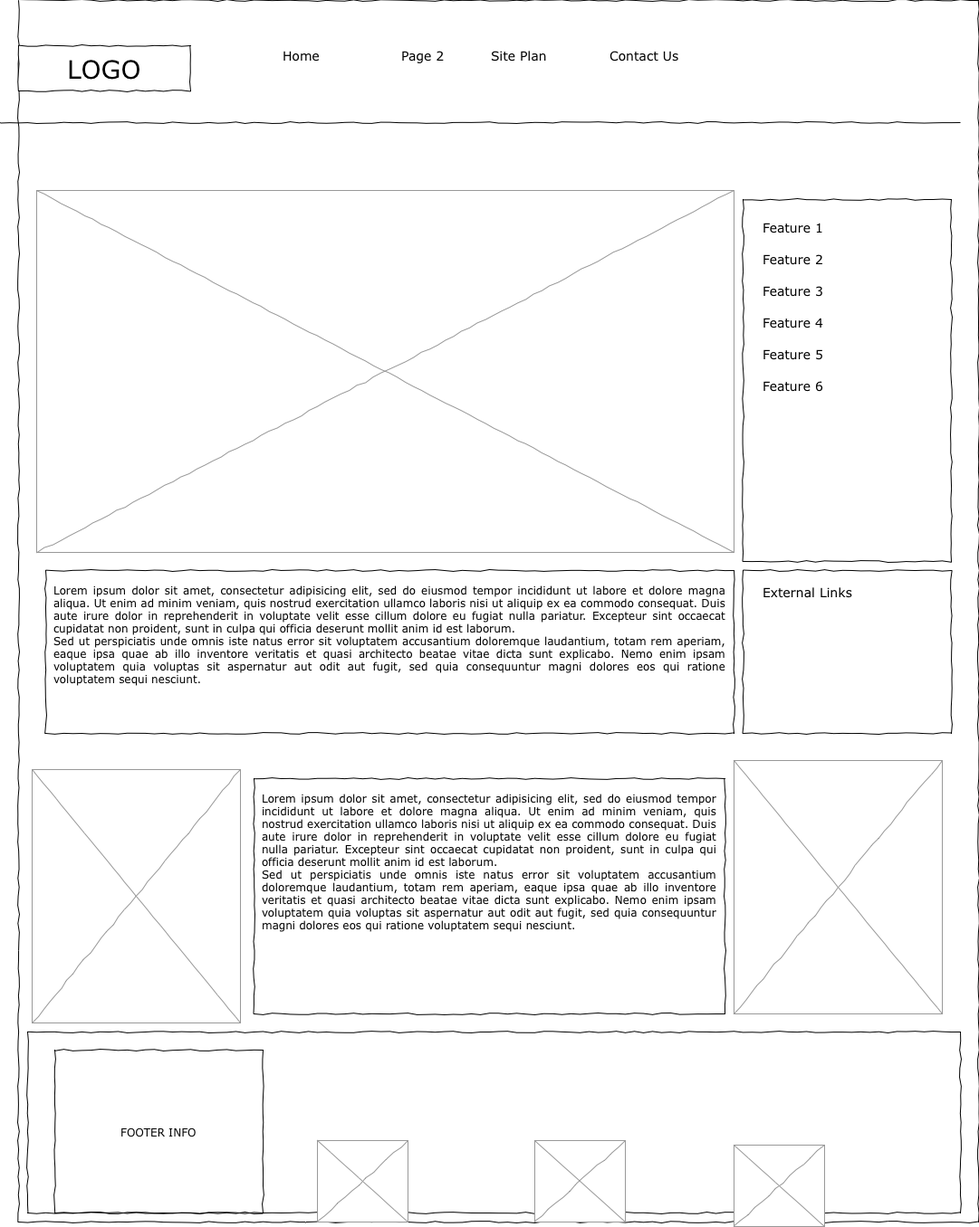
MrSavvy1/wdd130 keeps this draw.io diagram as wwr/images/Wireframe.png. Above is the earlier version. Source tidied: cells renumbered, new cells last; positions are measured from the earlier drawing's top-left corner, leaving out a move shared by most shapes.
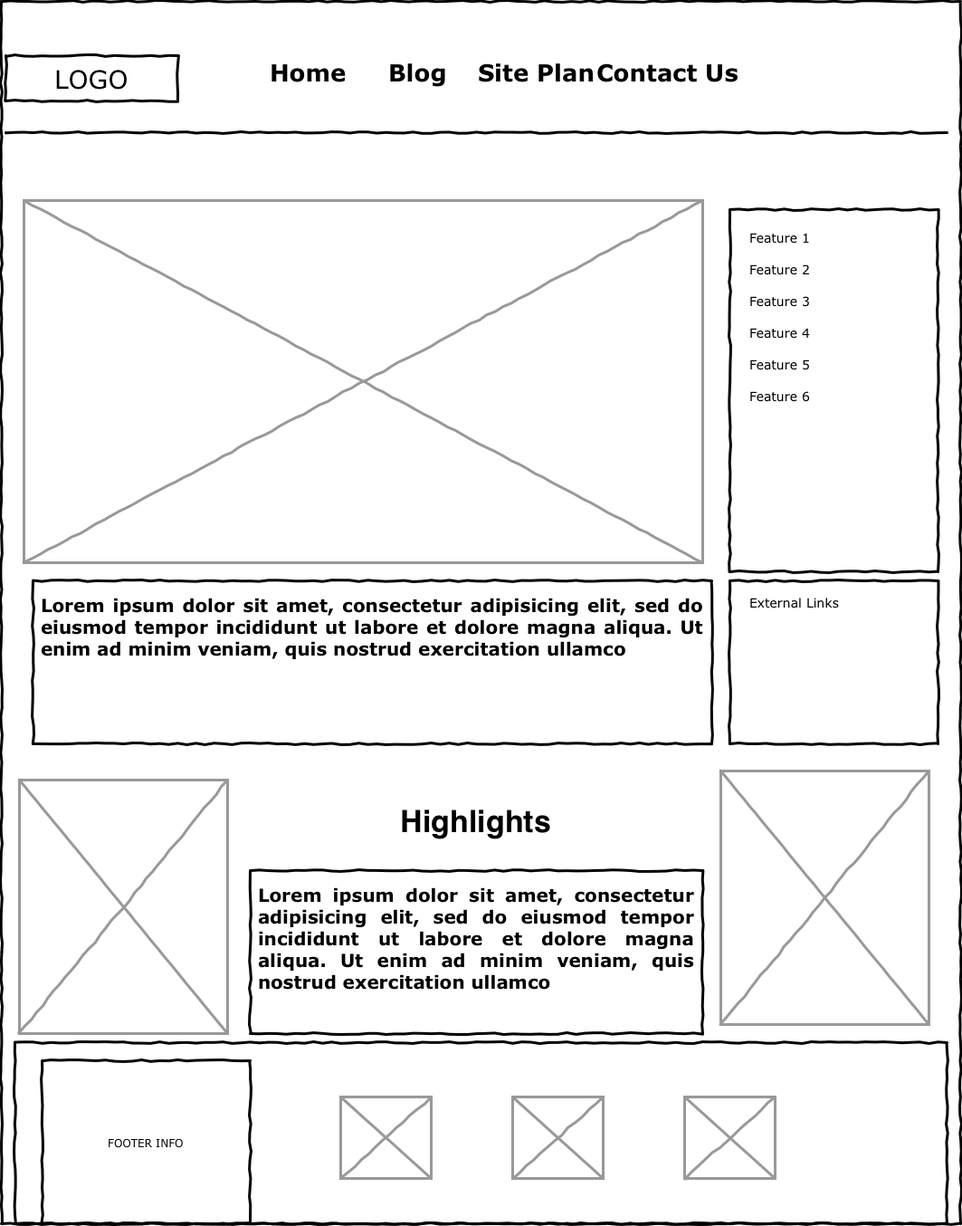
Later version of the same file.

The edit, as a diff of the source:
```diff
@@ -2,89 +2,92 @@
   <root>
     <mxCell id="0" />
     <mxCell id="1" parent="0" />
-    <mxCell id="2" style="whiteSpace=wrap;html=1;rounded=0;shadow=0;labelBackgroundColor=none;strokeColor=#000000;strokeWidth=1;fillColor=none;fontFamily=Verdana;fontSize=12;fontColor=#000000;align=center;comic=1;" parent="1" vertex="1">
-      <mxGeometry x="20" width="1060" height="1350" as="geometry" />
+    <mxCell id="2" style="whiteSpace=wrap;html=1;rounded=0;shadow=0;labelBackgroundColor=none;strokeColor=#000000;strokeWidth=3;fillColor=none;fontFamily=Verdana;fontSize=12;fontColor=#000000;align=center;comic=1;" parent="1" vertex="1">
+      <mxGeometry x="15" y="-10" width="1060" height="1350" as="geometry" />
     </mxCell>
-    <mxCell id="3" value="LOGO" style="whiteSpace=wrap;html=1;rounded=0;shadow=0;labelBackgroundColor=none;strokeWidth=1;fontFamily=Verdana;fontSize=28;align=center;comic=1;" parent="1" vertex="1">
+    <mxCell id="3" value="LOGO" style="whiteSpace=wrap;html=1;rounded=0;shadow=0;labelBackgroundColor=none;strokeWidth=3;fontFamily=Verdana;fontSize=28;align=center;comic=1;" parent="1" vertex="1">
       <mxGeometry x="20" y="50" width="190" height="50" as="geometry" />
     </mxCell>
-    <mxCell id="4" style="line;strokeWidth=1;html=1;rounded=0;shadow=0;labelBackgroundColor=none;fillColor=none;fontFamily=Verdana;fontSize=14;fontColor=#000000;align=center;comic=1;" parent="1" vertex="1">
-      <mxGeometry y="130" width="1060" height="10" as="geometry" />
+    <mxCell id="4" style="line;strokeWidth=3;html=1;rounded=0;shadow=0;labelBackgroundColor=none;fillColor=none;fontFamily=Verdana;fontSize=14;fontColor=#000000;align=center;comic=1;" parent="1" vertex="1">
+      <mxGeometry x="20" y="130" width="1040" height="10" as="geometry" />
     </mxCell>
-    <mxCell id="5" value="&lt;div style=&quot;text-align: justify&quot;&gt;&lt;span&gt;Lorem ipsum dolor sit amet, consectetur adipisicing elit, sed do eiusmod tempor incididunt ut labore et dolore magna aliqua. Ut enim ad minim veniam, quis nostrud exercitation ullamco laboris nisi ut aliquip ex ea commodo consequat. Duis aute irure dolor in reprehenderit in voluptate velit esse cillum dolore eu fugiat nulla pariatur. Excepteur sint occaecat cupidatat non proident, sunt in culpa qui officia deserunt mollit anim id est laborum.&lt;/span&gt;&lt;/div&gt;&lt;div style=&quot;text-align: justify&quot;&gt;&lt;span&gt;Sed ut perspiciatis unde omnis iste natus error sit voluptatem accusantium doloremque laudantium, totam rem aperiam, eaque ipsa quae ab illo inventore veritatis et quasi architecto beatae vitae dicta sunt explicabo. Nemo enim ipsam voluptatem quia voluptas sit aspernatur aut odit aut fugit, sed quia consequuntur magni dolores eos qui ratione voluptatem sequi nesciunt.&amp;nbsp;&lt;/span&gt;&lt;/div&gt;" style="whiteSpace=wrap;html=1;rounded=0;shadow=0;labelBackgroundColor=none;strokeWidth=1;fillColor=none;fontFamily=Verdana;fontSize=12;align=center;verticalAlign=top;spacing=10;comic=1;" parent="1" vertex="1">
-      <mxGeometry x="50" y="630" width="760" height="180" as="geometry" />
+    <mxCell id="5" value="&lt;div style=&quot;text-align: justify; font-size: 20px;&quot;&gt;&lt;b&gt;Lorem ipsum dolor sit amet, consectetur adipisicing elit, sed do eiusmod tempor incididunt ut labore et dolore magna aliqua. Ut enim ad minim veniam, quis nostrud exercitation ullamco&lt;/b&gt;&lt;br&gt;&lt;/div&gt;" style="whiteSpace=wrap;html=1;rounded=0;shadow=0;labelBackgroundColor=none;strokeWidth=3;fillColor=none;fontFamily=Verdana;fontSize=12;align=center;verticalAlign=top;spacing=10;comic=1;" parent="1" vertex="1">
+      <mxGeometry x="50" y="630" width="750" height="180" as="geometry" />
     </mxCell>
-    <mxCell id="6" style="verticalLabelPosition=bottom;shadow=0;dashed=0;align=center;html=1;verticalAlign=top;strokeWidth=1;shape=mxgraph.mockup.graphics.simpleIcon;strokeColor=#999999;rounded=0;labelBackgroundColor=none;fontFamily=Verdana;fontSize=14;fontColor=#000000;comic=1;" parent="1" vertex="1">
-      <mxGeometry x="40" y="210" width="770" height="400" as="geometry" />
+    <mxCell id="6" style="verticalLabelPosition=bottom;shadow=0;dashed=0;align=center;html=1;verticalAlign=top;strokeWidth=3;shape=mxgraph.mockup.graphics.simpleIcon;strokeColor=#999999;rounded=0;labelBackgroundColor=none;fontFamily=Verdana;fontSize=14;fontColor=#000000;comic=1;" parent="1" vertex="1">
+      <mxGeometry x="40" y="210" width="750" height="400" as="geometry" />
     </mxCell>
-    <mxCell id="7" style="whiteSpace=wrap;html=1;rounded=0;shadow=0;labelBackgroundColor=none;strokeWidth=1;fillColor=none;fontFamily=Verdana;fontSize=12;align=center;comic=1;" parent="1" vertex="1">
+    <mxCell id="7" style="whiteSpace=wrap;html=1;rounded=0;shadow=0;labelBackgroundColor=none;strokeWidth=3;fillColor=none;fontFamily=Verdana;fontSize=12;align=center;comic=1;" parent="1" vertex="1">
       <mxGeometry x="820" y="220" width="230" height="400" as="geometry" />
     </mxCell>
-    <mxCell id="8" style="whiteSpace=wrap;html=1;rounded=0;shadow=0;labelBackgroundColor=none;strokeWidth=1;fillColor=none;fontFamily=Verdana;fontSize=12;align=center;comic=1;" parent="1" vertex="1">
+    <mxCell id="8" style="whiteSpace=wrap;html=1;rounded=0;shadow=0;labelBackgroundColor=none;strokeWidth=3;fillColor=none;fontFamily=Verdana;fontSize=12;align=center;comic=1;" parent="1" vertex="1">
       <mxGeometry x="820" y="630" width="230" height="180" as="geometry" />
     </mxCell>
-    <mxCell id="9" value="External Links" style="text;html=1;align=left;verticalAlign=top;spacingTop=-4;fontSize=14;fontFamily=Verdana;" parent="1" vertex="1">
+    <mxCell id="9" value="External Links" style="text;html=1;align=left;verticalAlign=top;spacingTop=-4;fontSize=14;fontFamily=Verdana;strokeWidth=3;" parent="1" vertex="1">
       <mxGeometry x="840" y="643" width="170" height="20" as="geometry" />
     </mxCell>
-    <mxCell id="10" value="Feature 1" style="text;html=1;align=left;verticalAlign=top;spacingTop=-4;fontSize=14;fontFamily=Verdana;" parent="1" vertex="1">
+    <mxCell id="10" value="Feature 1" style="text;html=1;align=left;verticalAlign=top;spacingTop=-4;fontSize=14;fontFamily=Verdana;strokeWidth=3;" parent="1" vertex="1">
       <mxGeometry x="840" y="240" width="170" height="20" as="geometry" />
     </mxCell>
-    <mxCell id="11" value="Feature 2" style="text;html=1;align=left;verticalAlign=top;spacingTop=-4;fontSize=14;fontFamily=Verdana;" parent="1" vertex="1">
+    <mxCell id="11" value="Feature 2" style="text;html=1;align=left;verticalAlign=top;spacingTop=-4;fontSize=14;fontFamily=Verdana;strokeWidth=3;" parent="1" vertex="1">
       <mxGeometry x="840" y="275" width="170" height="20" as="geometry" />
     </mxCell>
-    <mxCell id="12" value="Feature 3" style="text;html=1;align=left;verticalAlign=top;spacingTop=-4;fontSize=14;fontFamily=Verdana;" parent="1" vertex="1">
+    <mxCell id="12" value="Feature 3" style="text;html=1;align=left;verticalAlign=top;spacingTop=-4;fontSize=14;fontFamily=Verdana;strokeWidth=3;" parent="1" vertex="1">
       <mxGeometry x="840" y="310" width="170" height="20" as="geometry" />
     </mxCell>
-    <mxCell id="13" value="Feature 4" style="text;html=1;align=left;verticalAlign=top;spacingTop=-4;fontSize=14;fontFamily=Verdana;" parent="1" vertex="1">
+    <mxCell id="13" value="Feature 4" style="text;html=1;align=left;verticalAlign=top;spacingTop=-4;fontSize=14;fontFamily=Verdana;strokeWidth=3;" parent="1" vertex="1">
       <mxGeometry x="840" y="345" width="170" height="20" as="geometry" />
     </mxCell>
-    <mxCell id="14" value="Feature 5" style="text;html=1;align=left;verticalAlign=top;spacingTop=-4;fontSize=14;fontFamily=Verdana;" parent="1" vertex="1">
+    <mxCell id="14" value="Feature 5" style="text;html=1;align=left;verticalAlign=top;spacingTop=-4;fontSize=14;fontFamily=Verdana;strokeWidth=3;" parent="1" vertex="1">
       <mxGeometry x="840" y="380" width="170" height="20" as="geometry" />
     </mxCell>
-    <mxCell id="15" value="Feature 6" style="text;html=1;align=left;verticalAlign=top;spacingTop=-4;fontSize=14;fontFamily=Verdana;" parent="1" vertex="1">
+    <mxCell id="15" value="Feature 6" style="text;html=1;align=left;verticalAlign=top;spacingTop=-4;fontSize=14;fontFamily=Verdana;strokeWidth=3;" parent="1" vertex="1">
       <mxGeometry x="840" y="415" width="170" height="20" as="geometry" />
     </mxCell>
-    <mxCell id="16" style="group;" parent="1" vertex="1">
+    <mxCell id="16" style="group;fontSize=26;fontStyle=1;strokeWidth=3;" parent="1" vertex="1">
       <mxGeometry x="310" y="50" width="460" height="50" as="geometry" />
     </mxCell>
-    <mxCell id="17" value="Contact Us" style="text;html=1;align=left;verticalAlign=top;spacingTop=-4;fontSize=14;fontFamily=Verdana;rotation=0;" parent="16" vertex="1">
+    <mxCell id="17" value="Contact Us" style="text;html=1;align=left;verticalAlign=top;spacingTop=-4;fontSize=26;fontFamily=Verdana;rotation=0;fontStyle=1;strokeWidth=3;" parent="16" vertex="1">
       <mxGeometry x="361.4" width="98.6" height="50" as="geometry" />
     </mxCell>
-    <mxCell id="18" style="group;" parent="16" vertex="1">
+    <mxCell id="18" style="group;fontSize=26;fontStyle=1;strokeWidth=3;" parent="16" vertex="1">
       <mxGeometry width="345" height="20" as="geometry" />
     </mxCell>
-    <mxCell id="19" value="Home" style="text;html=1;align=left;verticalAlign=top;spacingTop=-4;fontSize=14;fontFamily=Verdana;" parent="18" vertex="1">
+    <mxCell id="19" value="Home" style="text;html=1;align=left;verticalAlign=top;spacingTop=-4;fontSize=26;fontFamily=Verdana;fontStyle=1;strokeWidth=3;" parent="18" vertex="1">
       <mxGeometry width="98.6" height="20" as="geometry" />
     </mxCell>
-    <mxCell id="20" value="Page 2" style="text;html=1;align=left;verticalAlign=top;spacingTop=-4;fontSize=14;fontFamily=Verdana;" parent="18" vertex="1">
+    <mxCell id="20" value="Blog" style="text;html=1;align=left;verticalAlign=top;spacingTop=-4;fontSize=26;fontFamily=Verdana;fontStyle=1;strokeWidth=3;" parent="18" vertex="1">
       <mxGeometry x="131.4" width="98.6" height="20" as="geometry" />
     </mxCell>
-    <mxCell id="21" value="Site Plan" style="text;html=1;align=left;verticalAlign=top;spacingTop=-4;fontSize=14;fontFamily=Verdana;rotation=0;" parent="18" vertex="1">
+    <mxCell id="21" value="Site Plan" style="text;html=1;align=left;verticalAlign=top;spacingTop=-4;fontSize=26;fontFamily=Verdana;rotation=0;fontStyle=1;strokeWidth=3;" parent="18" vertex="1">
       <mxGeometry x="230" width="98.6" height="20" as="geometry" />
     </mxCell>
-    <mxCell id="22" style="whiteSpace=wrap;html=1;rounded=0;shadow=0;labelBackgroundColor=none;strokeWidth=1;fillColor=none;fontFamily=Verdana;fontSize=12;align=center;comic=1;" parent="1" vertex="1">
+    <mxCell id="22" style="whiteSpace=wrap;html=1;rounded=0;shadow=0;labelBackgroundColor=none;strokeWidth=3;fillColor=none;fontFamily=Verdana;fontSize=12;align=center;comic=1;" parent="1" vertex="1">
       <mxGeometry x="30" y="1140" width="1030" height="200" as="geometry" />
     </mxCell>
-    <mxCell id="23" style="verticalLabelPosition=bottom;shadow=0;dashed=0;align=center;html=1;verticalAlign=top;strokeWidth=1;shape=mxgraph.mockup.graphics.simpleIcon;strokeColor=#999999;rounded=0;labelBackgroundColor=none;fontFamily=Verdana;fontSize=14;fontColor=#000000;comic=1;" parent="1" vertex="1">
+    <mxCell id="23" style="verticalLabelPosition=bottom;shadow=0;dashed=0;align=center;html=1;verticalAlign=top;strokeWidth=3;shape=mxgraph.mockup.graphics.simpleIcon;strokeColor=#999999;rounded=0;labelBackgroundColor=none;fontFamily=Verdana;fontSize=14;fontColor=#000000;comic=1;" parent="1" vertex="1">
       <mxGeometry x="35" y="850" width="230" height="280" as="geometry" />
     </mxCell>
-    <mxCell id="24" value="&lt;div style=&quot;text-align: justify&quot;&gt;&lt;span&gt;Lorem ipsum dolor sit amet, consectetur adipisicing elit, sed do eiusmod tempor incididunt ut labore et dolore magna aliqua. Ut enim ad minim veniam, quis nostrud exercitation ullamco laboris nisi ut aliquip ex ea commodo consequat. Duis aute irure dolor in reprehenderit in voluptate velit esse cillum dolore eu fugiat nulla pariatur. Excepteur sint occaecat cupidatat non proident, sunt in culpa qui officia deserunt mollit anim id est laborum.&lt;/span&gt;&lt;/div&gt;&lt;div style=&quot;text-align: justify&quot;&gt;&lt;span&gt;Sed ut perspiciatis unde omnis iste natus error sit voluptatem accusantium doloremque laudantium, totam rem aperiam, eaque ipsa quae ab illo inventore veritatis et quasi architecto beatae vitae dicta sunt explicabo. Nemo enim ipsam voluptatem quia voluptas sit aspernatur aut odit aut fugit, sed quia consequuntur magni dolores eos qui ratione voluptatem sequi nesciunt.&amp;nbsp;&lt;/span&gt;&lt;/div&gt;" style="whiteSpace=wrap;html=1;rounded=0;shadow=0;labelBackgroundColor=none;strokeWidth=1;fillColor=none;fontFamily=Verdana;fontSize=12;align=center;verticalAlign=top;spacing=10;comic=1;" parent="1" vertex="1">
-      <mxGeometry x="280" y="860" width="520" height="260" as="geometry" />
+    <mxCell id="24" value="&lt;div style=&quot;text-align: justify; font-size: 20px;&quot;&gt;Lorem ipsum dolor sit amet, consectetur adipisicing elit, sed do eiusmod tempor incididunt ut labore et dolore magna aliqua. Ut enim ad minim veniam, quis nostrud exercitation ullamco&lt;br&gt;&lt;/div&gt;" style="whiteSpace=wrap;html=1;rounded=0;shadow=0;labelBackgroundColor=none;strokeWidth=3;fillColor=none;fontFamily=Verdana;fontSize=20;align=center;verticalAlign=top;spacing=10;comic=1;fontStyle=1;" parent="1" vertex="1">
+      <mxGeometry x="290" y="950" width="500" height="180" as="geometry" />
     </mxCell>
-    <mxCell id="25" style="verticalLabelPosition=bottom;shadow=0;dashed=0;align=center;html=1;verticalAlign=top;strokeWidth=1;shape=mxgraph.mockup.graphics.simpleIcon;strokeColor=#999999;rounded=0;labelBackgroundColor=none;fontFamily=Verdana;fontSize=14;fontColor=#000000;comic=1;" parent="1" vertex="1">
+    <mxCell id="25" style="verticalLabelPosition=bottom;shadow=0;dashed=0;align=center;html=1;verticalAlign=top;strokeWidth=3;shape=mxgraph.mockup.graphics.simpleIcon;strokeColor=#999999;rounded=0;labelBackgroundColor=none;fontFamily=Verdana;fontSize=14;fontColor=#000000;comic=1;" parent="1" vertex="1">
       <mxGeometry x="810" y="840" width="230" height="280" as="geometry" />
     </mxCell>
-    <mxCell id="26" style="verticalLabelPosition=bottom;shadow=0;dashed=0;align=center;html=1;verticalAlign=top;strokeWidth=1;shape=mxgraph.mockup.graphics.simpleIcon;strokeColor=#999999;rounded=0;labelBackgroundColor=none;fontFamily=Verdana;fontSize=14;fontColor=#000000;comic=1;" parent="1" vertex="1">
-      <mxGeometry x="590" y="1260" width="100" height="90" as="geometry" />
+    <mxCell id="26" style="verticalLabelPosition=bottom;shadow=0;dashed=0;align=center;html=1;verticalAlign=top;strokeWidth=3;shape=mxgraph.mockup.graphics.simpleIcon;strokeColor=#999999;rounded=0;labelBackgroundColor=none;fontFamily=Verdana;fontSize=14;fontColor=#000000;comic=1;" parent="1" vertex="1">
+      <mxGeometry x="580" y="1200" width="100" height="90" as="geometry" />
     </mxCell>
-    <mxCell id="27" style="verticalLabelPosition=bottom;shadow=0;dashed=0;align=center;html=1;verticalAlign=top;strokeWidth=1;shape=mxgraph.mockup.graphics.simpleIcon;strokeColor=#999999;rounded=0;labelBackgroundColor=none;fontFamily=Verdana;fontSize=14;fontColor=#000000;comic=1;" parent="1" vertex="1">
-      <mxGeometry x="350" y="1260" width="100" height="90" as="geometry" />
+    <mxCell id="27" style="verticalLabelPosition=bottom;shadow=0;dashed=0;align=center;html=1;verticalAlign=top;strokeWidth=3;shape=mxgraph.mockup.graphics.simpleIcon;strokeColor=#999999;rounded=0;labelBackgroundColor=none;fontFamily=Verdana;fontSize=14;fontColor=#000000;comic=1;" parent="1" vertex="1">
+      <mxGeometry x="390" y="1200" width="100" height="90" as="geometry" />
     </mxCell>
-    <mxCell id="28" style="verticalLabelPosition=bottom;shadow=0;dashed=0;align=center;html=1;verticalAlign=top;strokeWidth=1;shape=mxgraph.mockup.graphics.simpleIcon;strokeColor=#999999;rounded=0;labelBackgroundColor=none;fontFamily=Verdana;fontSize=14;fontColor=#000000;comic=1;" parent="1" vertex="1">
-      <mxGeometry x="810" y="1265" width="100" height="90" as="geometry" />
+    <mxCell id="28" style="verticalLabelPosition=bottom;shadow=0;dashed=0;align=center;html=1;verticalAlign=top;strokeWidth=3;shape=mxgraph.mockup.graphics.simpleIcon;strokeColor=#999999;rounded=0;labelBackgroundColor=none;fontFamily=Verdana;fontSize=14;fontColor=#000000;comic=1;" parent="1" vertex="1">
+      <mxGeometry x="770" y="1200" width="100" height="90" as="geometry" />
     </mxCell>
-    <mxCell id="29" value="FOOTER INFO" style="whiteSpace=wrap;html=1;rounded=0;shadow=0;labelBackgroundColor=none;strokeWidth=1;fillColor=none;fontFamily=Verdana;fontSize=12;align=center;comic=1;" parent="1" vertex="1">
+    <mxCell id="29" value="FOOTER INFO" style="whiteSpace=wrap;html=1;rounded=0;shadow=0;labelBackgroundColor=none;strokeWidth=3;fillColor=none;fontFamily=Verdana;fontSize=12;align=center;comic=1;" parent="1" vertex="1">
       <mxGeometry x="60" y="1160" width="230" height="180" as="geometry" />
     </mxCell>
+    <mxCell id="30" value="&lt;font style=&quot;font-size: 34px;&quot;&gt;&lt;b&gt;Highlights&lt;/b&gt;&lt;/font&gt;" style="text;strokeColor=none;align=center;fillColor=none;html=1;verticalAlign=middle;whiteSpace=wrap;rounded=0;fontSize=16;strokeWidth=3;" parent="1" vertex="1">
+      <mxGeometry x="445" y="850" width="190" height="90" as="geometry" />
+    </mxCell>
   </root>
 </mxGraphModel>
```
